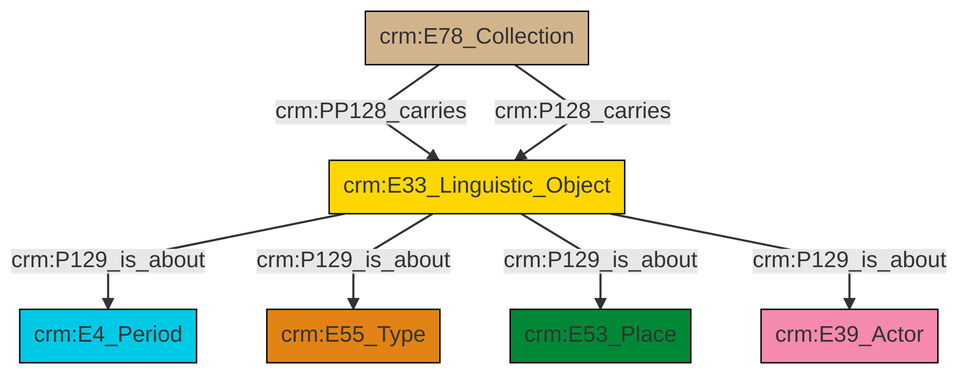
This is et/archivalCSV/ttl/mmd/png/archival_aboutness.png from swiss-art-research-net/docs.swissartresearch, a Mermaid export, as it was before one commit. Its source is kept beside it as et/archivalCSV/ttl/mmd/archival_aboutness.ttl.mmd.
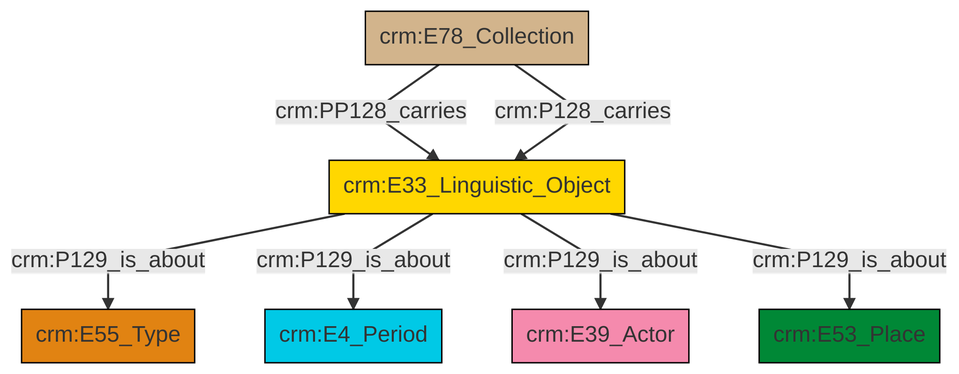
After the commit.

Diff of the diagram source:
```diff
@@ -13,9 +13,9 @@
 classDef PC_Classes fill:#4ce600, stroke:#000000;
 classDef Multi fill:#cccccc,stroke:#000000;
 
-2["crm:E78_Collection"]:::Physical_Thing -->|crm:PP128_carries| 0["crm:E33_Linguistic_Object"]:::Conceptual_Object
-0["crm:E33_Linguistic_Object"]:::Conceptual_Object -->|crm:P129_is_about| 3["crm:E4_Period"]:::Temporal_Entity
-0["crm:E33_Linguistic_Object"]:::Conceptual_Object -->|crm:P129_is_about| 4["crm:E55_Type"]:::Type
-2["crm:E78_Collection"]:::Physical_Thing -->|crm:P128_carries| 0["crm:E33_Linguistic_Object"]:::Conceptual_Object
-0["crm:E33_Linguistic_Object"]:::Conceptual_Object -->|crm:P129_is_about| 7["crm:E53_Place"]:::Place
-0["crm:E33_Linguistic_Object"]:::Conceptual_Object -->|crm:P129_is_about| 8["crm:E39_Actor"]:::Actor
+2["crm:E33_Linguistic_Object"]:::Conceptual_Object -->|crm:P129_is_about| 3["crm:E55_Type"]:::Type
+2["crm:E33_Linguistic_Object"]:::Conceptual_Object -->|crm:P129_is_about| 6["crm:E4_Period"]:::Temporal_Entity
+0["crm:E78_Collection"]:::Physical_Thing -->|crm:PP128_carries| 2["crm:E33_Linguistic_Object"]:::Conceptual_Object
+2["crm:E33_Linguistic_Object"]:::Conceptual_Object -->|crm:P129_is_about| 4["crm:E39_Actor"]:::Actor
+2["crm:E33_Linguistic_Object"]:::Conceptual_Object -->|crm:P129_is_about| 9["crm:E53_Place"]:::Place
+0["crm:E78_Collection"]:::Physical_Thing -->|crm:P128_carries| 2["crm:E33_Linguistic_Object"]:::Conceptual_Object
```
